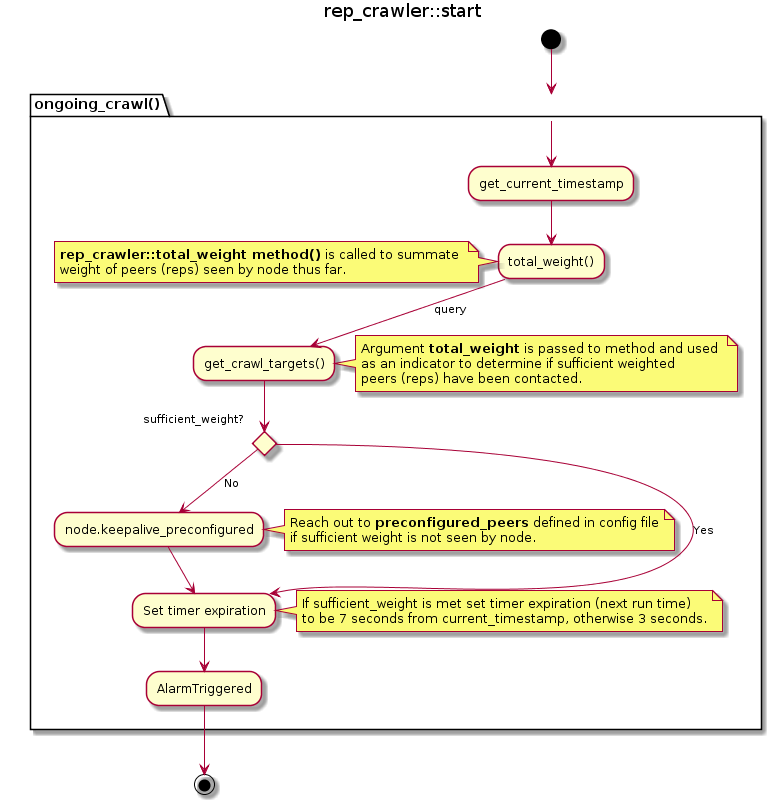
This is images/node/rep_crawler/rep-crawler-start.png from think4sec/nano-docs, a PlantUML export, as it was before one commit.
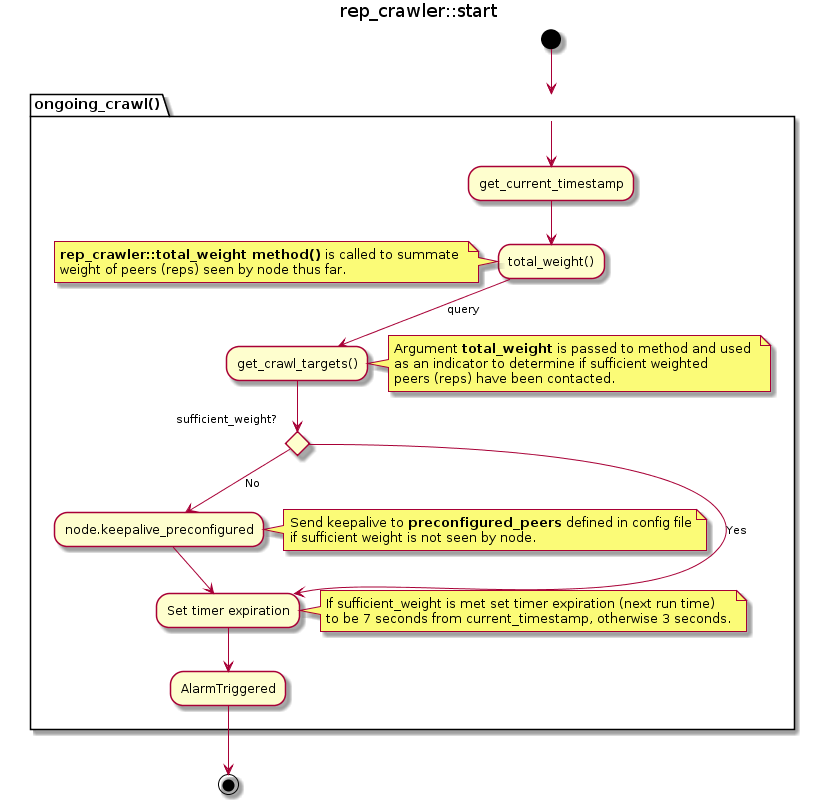
After the commit.

What changed in the source:
```diff
@@ -26,7 +26,7 @@
     -->[No] node.keepalive_preconfigured
 
     note left
-    Reach out to **preconfigured_peers** defined in config file
+    Send keepalive to **preconfigured_peers** defined in config file
     if sufficient weight is not seen by node.
     end note
     --> "Set timer expiration"
```
